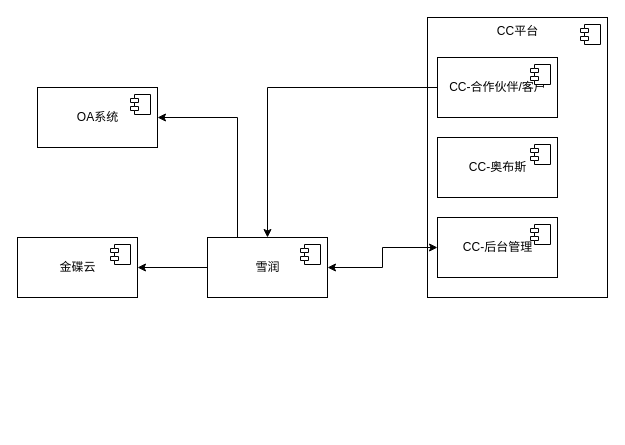
easefulfil/CLOUDCARE keeps this draw.io diagram as shrine-doc/驻云业务支撑系统关系图.drawio. Above is the earlier version. Source tidied: cells renumbered, new cells numbered last; positions are measured from the earlier drawing's top-left corner, leaving out a move shared by most shapes. Both pictures are drawn from the tidied source at 100%, with x=0, y=0 at pixel (17, 17).
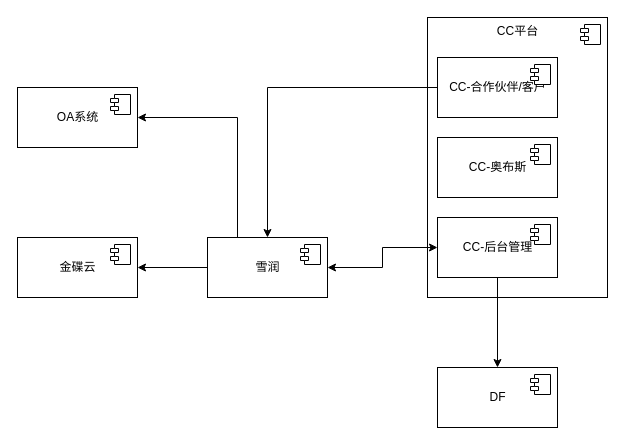
Above is the later version.

Commit message (it also covers changes not shown here):
Update 驻云业务支撑系统关系图.drawio

Unchanged cells that the change refers to:
```xml
<mxCell id="18" value="CC-后台管理" style="html=1;" parent="1" vertex="1">
  <mxGeometry x="420" y="200" width="120" height="60" as="geometry" />
</mxCell>
```

What changed in the source:
```diff
@@
     <mxCell id="4" value="OA系统" style="html=1;" parent="1" vertex="1">
-      <mxGeometry x="20" y="70" width="120" height="60" as="geometry" />
+      <mxGeometry y="70" width="120" height="60" as="geometry" />
     </mxCell>
@@
+    <mxCell id="20" style="edgeStyle=orthogonalEdgeStyle;rounded=0;jettySize=auto;html=1;entryX=0.5;entryY=0;entryDx=0;entryDy=0;startArrow=none;startFill=0;strokeColor=#000000;" parent="1" edge="1" source="18" target="21">
+      <mxGeometry relative="1" as="geometry" />
+    </mxCell>
@@
+    <mxCell id="21" value="DF" style="html=1;" parent="1" vertex="1">
+      <mxGeometry x="420" y="350" width="120" height="60" as="geometry" />
+    </mxCell>
+    <mxCell id="22" style="shape=module;jettyWidth=8;jettyHeight=4;" parent="21" vertex="1">
+      <mxGeometry x="1" width="20" height="20" relative="1" as="geometry">
+        <mxPoint x="-27" y="7" as="offset" />
+      </mxGeometry>
+    </mxCell>
```
